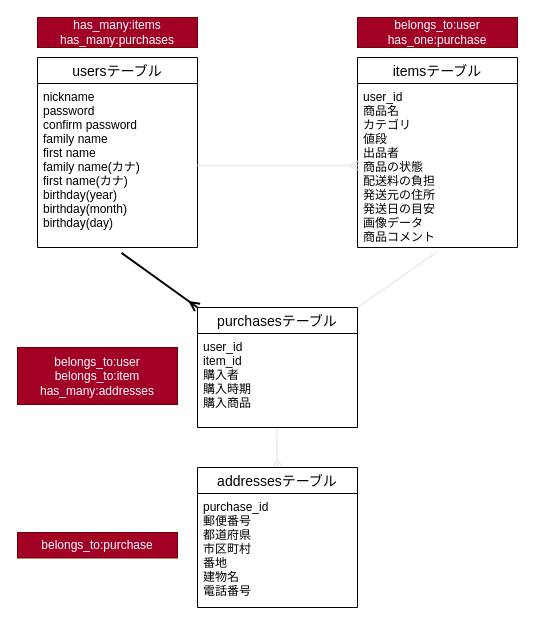
The draw.io diagram table.dio in zaemn0612/furima-29080, before the edit. Source tidied: cells renumbered, new cells numbered last; positions are measured from the earlier drawing's top-left corner, leaving out a move shared by most shapes. Both pictures are drawn from the tidied source at 100%, with x=0, y=0 at pixel (17, 17).
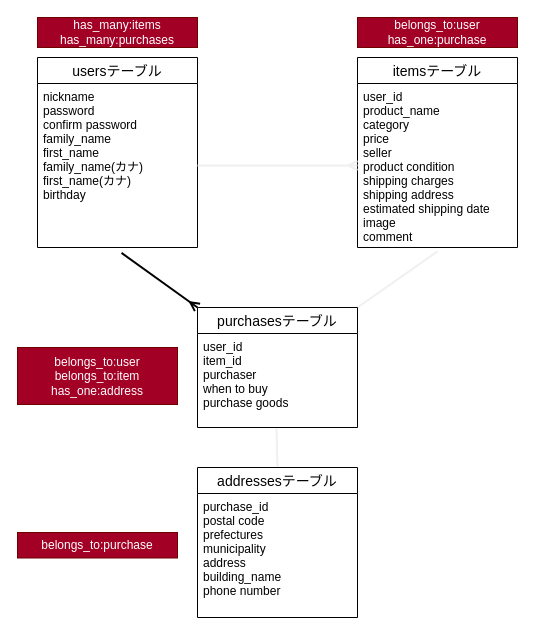
After the change.

Commit message (it also covers changes not shown here):
ER図の作成/REDMEの修正①

The edit, as a diff of the source:
```diff
@@
 <mxGraphModel>
   <root>
     <mxCell id="0" />
     <mxCell id="1" parent="0" />
-    <mxCell id="2" style="edgeStyle=none;rounded=0;jettySize=auto;html=1;entryX=0.5;entryY=0;entryDx=0;entryDy=0;endArrow=ERmany;endFill=0;strokeColor=#f0f0f0;strokeWidth=2;exitX=0.494;exitY=1.011;exitDx=0;exitDy=0;exitPerimeter=0;" parent="1" edge="1" source="15" target="16">
+    <mxCell id="2" style="edgeStyle=none;rounded=0;jettySize=auto;html=1;entryX=0.5;entryY=0;entryDx=0;entryDy=0;endArrow=none;endFill=0;strokeColor=#f0f0f0;strokeWidth=2;exitX=0.494;exitY=1.011;exitDx=0;exitDy=0;exitPerimeter=0;" parent="1" edge="1" source="15" target="16">
       <mxGeometry relative="1" as="geometry" />
     </mxCell>
     <mxCell id="3" style="edgeStyle=none;rounded=0;jettySize=auto;html=1;exitX=1;exitY=0;exitDx=0;exitDy=0;entryX=0.5;entryY=1.024;entryDx=0;entryDy=0;entryPerimeter=0;endArrow=none;endFill=0;strokeColor=#f0f0f0;strokeWidth=2;" parent="1" edge="1" source="14" target="12">
       <mxGeometry relative="1" as="geometry" />
     </mxCell>
     <mxCell id="4" style="edgeStyle=none;rounded=0;jettySize=auto;html=1;exitX=0.525;exitY=1.033;exitDx=0;exitDy=0;entryX=0;entryY=0;entryDx=0;entryDy=0;endArrow=ERmany;endFill=0;exitPerimeter=0;strokeWidth=2;" parent="1" edge="1" source="10" target="14">
       <mxGeometry relative="1" as="geometry" />
     </mxCell>
     <mxCell id="5" value="has_many:items&lt;br&gt;has_many:purchases" style="whiteSpace=wrap;html=1;align=center;fillColor=#a20025;strokeColor=#6F0000;fontColor=#ffffff;" parent="1" vertex="1">
       <mxGeometry x="20" width="160" height="30" as="geometry" />
     </mxCell>
     <mxCell id="6" value="belongs_to:user&lt;br&gt;has_one:purchase" style="whiteSpace=wrap;html=1;align=center;fillColor=#a20025;strokeColor=#6F0000;fontColor=#ffffff;" parent="1" vertex="1">
       <mxGeometry x="340" width="160" height="30" as="geometry" />
     </mxCell>
-    <mxCell id="7" value="belongs_to:user&lt;br&gt;belongs_to:item&lt;br&gt;has_many:addresses" style="whiteSpace=wrap;html=1;align=center;fillColor=#a20025;strokeColor=#6F0000;fontColor=#ffffff;" parent="1" vertex="1">
+    <mxCell id="7" value="belongs_to:user&lt;br&gt;belongs_to:item&lt;br&gt;has_one:address" style="whiteSpace=wrap;html=1;align=center;fillColor=#a20025;strokeColor=#6F0000;fontColor=#ffffff;" parent="1" vertex="1">
       <mxGeometry y="330" width="160" height="57" as="geometry" />
     </mxCell>
     <mxCell id="8" value="belongs_to:purchase" style="whiteSpace=wrap;html=1;align=center;fillColor=#a20025;strokeColor=#6F0000;fontColor=#ffffff;" parent="1" vertex="1">
       <mxGeometry y="515" width="160" height="25.5" as="geometry" />
     </mxCell>
     <mxCell id="9" value="usersテーブル" style="swimlane;fontStyle=0;horizontal=1;startSize=26;align=center;fontSize=14;" parent="1" vertex="1">
       <mxGeometry x="20" y="40" width="160" height="190" as="geometry" />
     </mxCell>
-    <mxCell id="10" value="nickname&#10;password&#10;confirm password&#10;family name&#10;first name&#10;family name(カナ)&#10;first name(カナ)&#10;birthday(year)&#10;birthday(month)&#10;birthday(day)&#10;&#10;" style="text;strokeColor=none;fillColor=none;spacingLeft=4;spacingRight=4;overflow=hidden;points=[[0,0.5],[1,0.5]];portConstraint=eastwest;fontSize=12;" parent="9" vertex="1">
+    <mxCell id="10" value="nickname&#10;password&#10;confirm password&#10;family_name&#10;first_name&#10;family_name(カナ)&#10;first_name(カナ)&#10;birthday&#10;" style="text;strokeColor=none;fillColor=none;spacingLeft=4;spacingRight=4;overflow=hidden;points=[[0,0.5],[1,0.5]];portConstraint=eastwest;fontSize=12;" parent="9" vertex="1">
       <mxGeometry y="26" width="160" height="164" as="geometry" />
     </mxCell>
     <mxCell id="11" value="itemsテーブル" style="swimlane;fontStyle=0;horizontal=1;startSize=26;align=center;fontSize=14;" parent="1" vertex="1">
       <mxGeometry x="340" y="40" width="160" height="190" as="geometry" />
     </mxCell>
-    <mxCell id="12" value="user_id&#10;商品名&#10;カテゴリ&#10;値段&#10;出品者&#10;商品の状態&#10;配送料の負担&#10;発送元の住所&#10;発送日の目安&#10;画像データ&#10;商品コメント" style="text;strokeColor=none;fillColor=none;spacingLeft=4;spacingRight=4;overflow=hidden;points=[[0,0.5],[1,0.5]];portConstraint=eastwest;fontSize=12;" parent="11" vertex="1">
+    <mxCell id="12" value="user_id&#10;product_name&#10;category&#10;price&#10;seller&#10;product condition&#10;shipping charges&#10;shipping address&#10;estimated shipping date&#10;image&#10;comment" style="text;strokeColor=none;fillColor=none;spacingLeft=4;spacingRight=4;overflow=hidden;points=[[0,0.5],[1,0.5]];portConstraint=eastwest;fontSize=12;" parent="11" vertex="1">
       <mxGeometry y="26" width="160" height="164" as="geometry" />
     </mxCell>
     <mxCell id="13" style="edgeStyle=none;rounded=0;jettySize=auto;html=1;exitX=1;exitY=0.5;exitDx=0;exitDy=0;entryX=0;entryY=0.5;entryDx=0;entryDy=0;endArrow=ERmany;endFill=0;strokeColor=#f0f0f0;strokeWidth=2;" parent="1" edge="1" source="10" target="12">
       <mxGeometry relative="1" as="geometry" />
     </mxCell>
     <mxCell id="14" value="purchasesテーブル" style="swimlane;fontStyle=0;horizontal=1;startSize=26;align=center;fontSize=14;" parent="1" vertex="1">
       <mxGeometry x="180" y="290" width="160" height="120" as="geometry" />
     </mxCell>
-    <mxCell id="15" value="user_id&#10;item_id&#10;購入者&#10;購入時期&#10;購入商品" style="text;strokeColor=none;fillColor=none;spacingLeft=4;spacingRight=4;overflow=hidden;points=[[0,0.5],[1,0.5]];portConstraint=eastwest;fontSize=12;" parent="14" vertex="1">
+    <mxCell id="15" value="user_id&#10;item_id&#10;purchaser&#10;when to buy&#10;purchase goods" style="text;strokeColor=none;fillColor=none;spacingLeft=4;spacingRight=4;overflow=hidden;points=[[0,0.5],[1,0.5]];portConstraint=eastwest;fontSize=12;" parent="14" vertex="1">
       <mxGeometry y="26" width="160" height="94" as="geometry" />
     </mxCell>
     <mxCell id="16" value="addressesテーブル" style="swimlane;fontStyle=0;horizontal=1;startSize=26;align=center;fontSize=14;" parent="1" vertex="1">
-      <mxGeometry x="180" y="450" width="160" height="140" as="geometry" />
+      <mxGeometry x="180" y="450" width="160" height="150" as="geometry" />
     </mxCell>
-    <mxCell id="17" value="purchase_id&#10;郵便番号&#10;都道府県&#10;市区町村&#10;番地&#10;建物名&#10;電話番号" style="text;strokeColor=none;fillColor=none;spacingLeft=4;spacingRight=4;overflow=hidden;fontSize=12;" parent="16" vertex="1">
-      <mxGeometry y="26" width="160" height="114" as="geometry" />
+    <mxCell id="17" value="purchase_id&#10;postal code&#10;prefectures&#10;municipality&#10;address&#10;building_name&#10;phone number" style="text;strokeColor=none;fillColor=none;spacingLeft=4;spacingRight=4;overflow=hidden;fontSize=12;" parent="16" vertex="1">
+      <mxGeometry y="26" width="160" height="124" as="geometry" />
     </mxCell>
   </root>
 </mxGraphModel>
```
